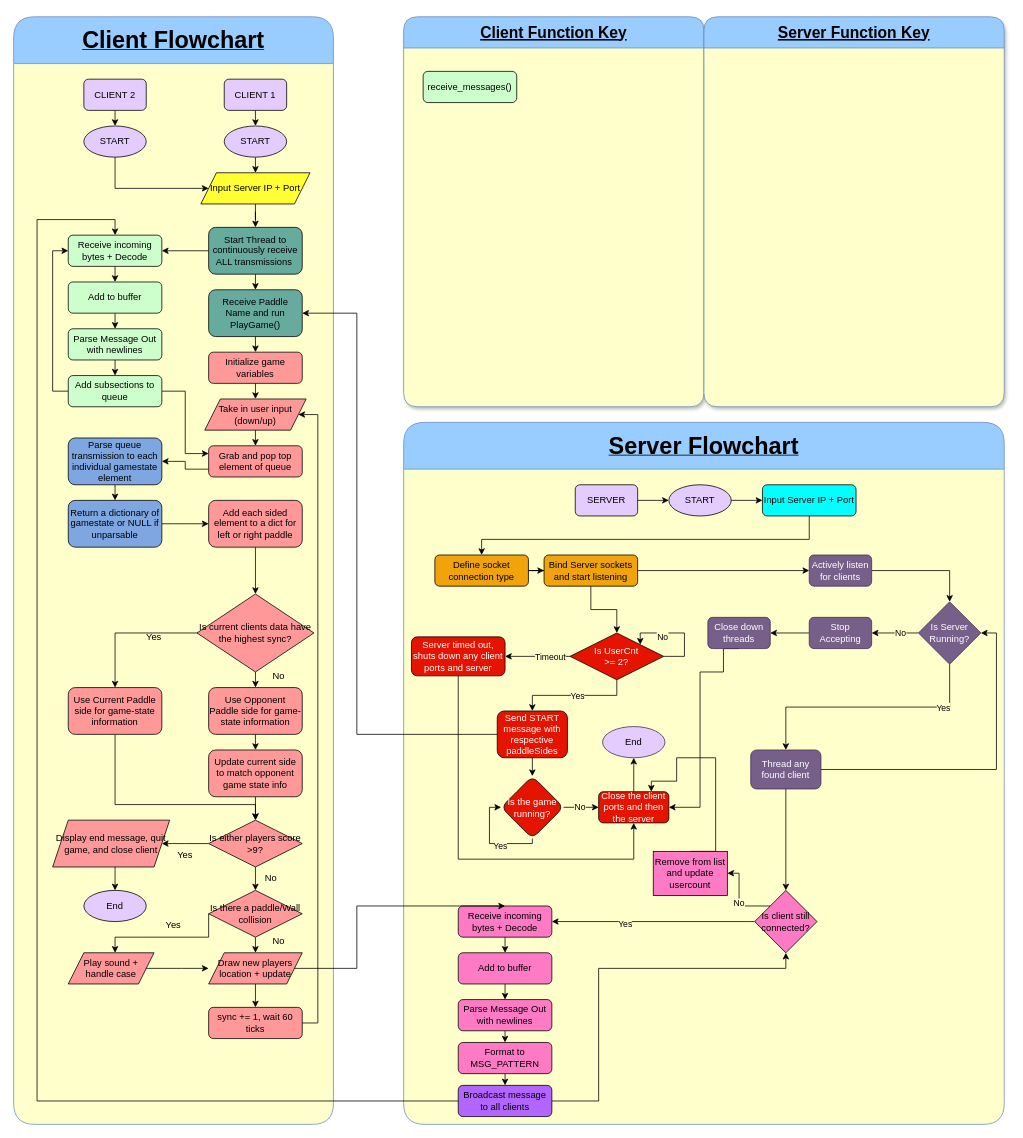
Above: CS371_Project_Fall2025/CS371UMLDiagram.drawio in PixelatedLatte/CS371PongProject (draw.io), before the change. Source tidied: cells renumbered, new cells numbered last; positions are measured from the earlier drawing's top-left corner, leaving out a move shared by most shapes. Both pictures are drawn from the tidied source at 78%, with x=0, y=0 at pixel (13, 16).
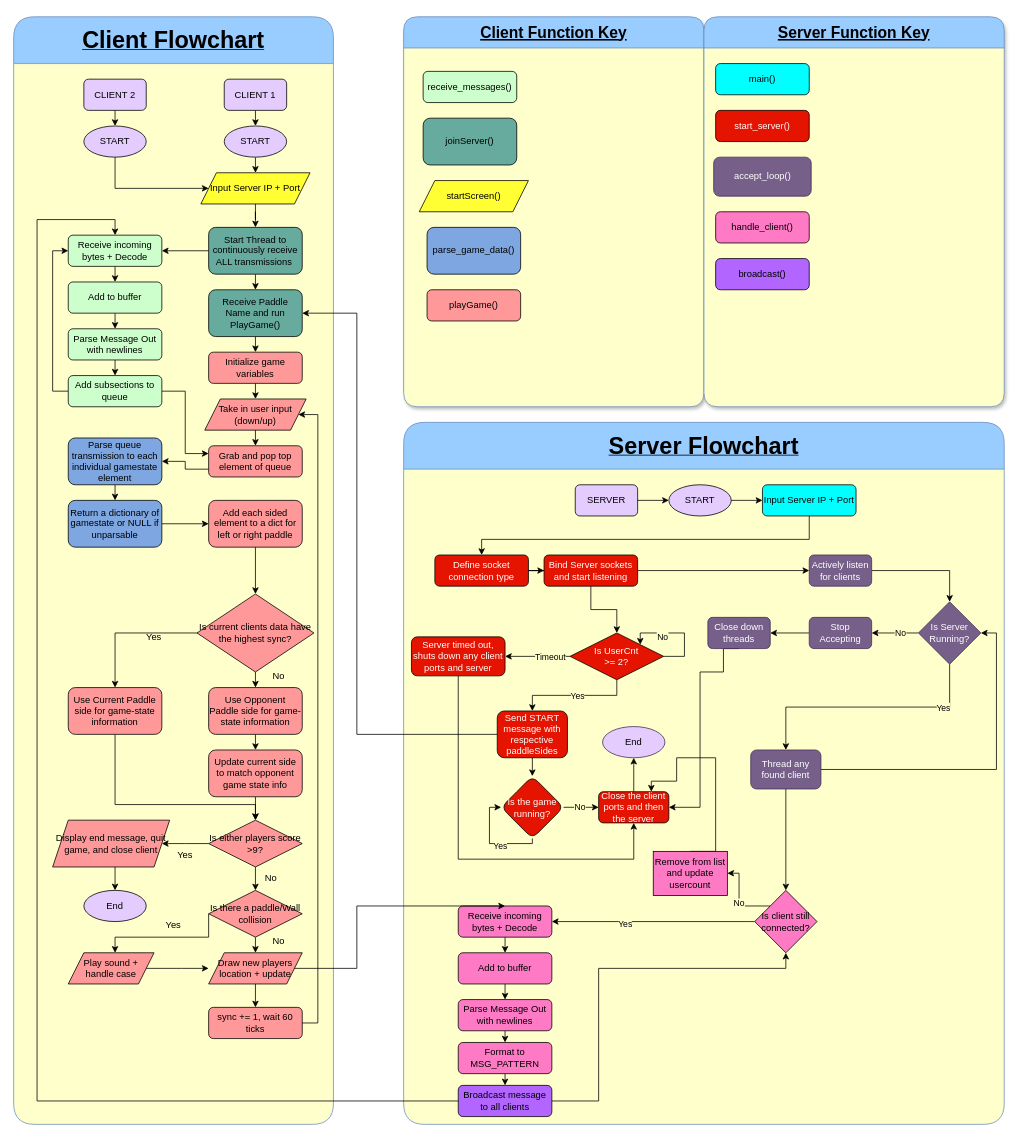
After the change.

Commit message (it also covers changes not shown here):
Final changes added to all documentation and completed the key to the drawio file. README.txt now holds information relevant to the project in the README and is more than just a blank template.

Unchanged cells that the change refers to:
```xml
<mxCell id="2" value="&lt;u&gt;&lt;font style=&quot;font-size: 30px;&quot;&gt;Server Flowchart&lt;/font&gt;&lt;/u&gt;" style="swimlane;whiteSpace=wrap;html=1;fillColor=#99CCFF;strokeColor=#6c8ebf;labelBorderColor=none;rounded=1;shadow=0;gradientColor=none;swimlaneFillColor=light-dark(#FFFFCC,#EDEDED);startSize=60;" parent="1" vertex="1">
  <mxGeometry x="500" y="520" width="770" height="900" as="geometry" />
</mxCell>
<mxCell id="135" value="&lt;font style=&quot;font-size: 20px;&quot;&gt;&lt;u style=&quot;&quot;&gt;Client Function Key&lt;/u&gt;&lt;/font&gt;" style="swimlane;whiteSpace=wrap;html=1;rounded=1;fillColor=light-dark(#99ccff, #1d293b);strokeColor=#6c8ebf;startSize=40;shadow=1;swimlaneFillColor=light-dark(#ffffcc, #ededed);" parent="1" vertex="1">
  <mxGeometry x="500" width="385" height="500" as="geometry" />
</mxCell>
<mxCell id="137" value="&lt;font style=&quot;font-size: 20px;&quot;&gt;&lt;u style=&quot;&quot;&gt;Server Function Key&lt;/u&gt;&lt;/font&gt;" style="swimlane;whiteSpace=wrap;html=1;rounded=1;fillColor=light-dark(#99ccff, #1d293b);strokeColor=#6c8ebf;startSize=40;shadow=1;swimlaneFillColor=light-dark(#ffffcc, #ededed);" parent="1" vertex="1">
  <mxGeometry x="885" width="385" height="500" as="geometry" />
</mxCell>
```

What changed in the source:
```diff
@@
-    <mxCell id="16" value="Bind Server sockets and start listening" style="rounded=1;whiteSpace=wrap;html=1;fillColor=#f0a30a;fontColor=#000000;strokeColor=#000000;" parent="2" vertex="1">
+    <mxCell id="16" value="&lt;font style=&quot;color: rgb(255, 255, 255);&quot;&gt;Bind Server sockets and start listening&lt;/font&gt;" style="rounded=1;whiteSpace=wrap;html=1;fillColor=#E51400;fontColor=#000000;strokeColor=#000000;" parent="2" vertex="1">
       <mxGeometry x="180" y="170" width="120" height="40" as="geometry" />
     </mxCell>
@@
-    <mxCell id="58" value="Define socket connection type" style="rounded=1;whiteSpace=wrap;html=1;fillColor=#f0a30a;fontColor=#000000;strokeColor=#000000;" parent="2" vertex="1">
+    <mxCell id="58" value="&lt;font style=&quot;color: rgb(255, 255, 255);&quot;&gt;Define socket connection type&lt;/font&gt;" style="rounded=1;whiteSpace=wrap;html=1;fillColor=#E51400;fontColor=#000000;strokeColor=#000000;" parent="2" vertex="1">
       <mxGeometry x="40" y="170" width="120" height="40" as="geometry" />
     </mxCell>
@@
+    <mxCell id="138" value="joinServer()" style="rounded=1;whiteSpace=wrap;html=1;fillColor=#67AB9F;" parent="135" vertex="1">
+      <mxGeometry x="25" y="130" width="120" height="60" as="geometry" />
+    </mxCell>
+    <mxCell id="139" value="startScreen()" style="shape=parallelogram;perimeter=parallelogramPerimeter;whiteSpace=wrap;html=1;fixedSize=1;fillColor=light-dark(#ffff33, #ededed);" parent="135" vertex="1">
+      <mxGeometry x="20" y="210" width="140" height="40" as="geometry" />
+    </mxCell>
+    <mxCell id="140" value="parse_game_data()" style="rounded=1;whiteSpace=wrap;html=1;fillColor=#7EA6E0;" parent="135" vertex="1">
+      <mxGeometry x="30" y="270" width="120" height="60" as="geometry" />
+    </mxCell>
+    <mxCell id="141" value="playGame()" style="rounded=1;whiteSpace=wrap;html=1;fillColor=#FF9999;" parent="135" vertex="1">
+      <mxGeometry x="30" y="350" width="120" height="40" as="geometry" />
+    </mxCell>
@@
+    <mxCell id="142" value="main()" style="rounded=1;whiteSpace=wrap;html=1;fillColor=#00FFFF;fontColor=#000000;strokeColor=#000000;" parent="137" vertex="1">
+      <mxGeometry x="15" y="60" width="120" height="40" as="geometry" />
+    </mxCell>
+    <mxCell id="143" value="accept_loop()" style="rounded=1;whiteSpace=wrap;html=1;fillColor=#76608a;fontColor=#ffffff;strokeColor=#432D57;" parent="137" vertex="1">
+      <mxGeometry x="12.5" y="180" width="125" height="50" as="geometry" />
+    </mxCell>
+    <mxCell id="144" value="&lt;font style=&quot;color: rgb(255, 255, 255);&quot;&gt;start_server()&lt;/font&gt;" style="rounded=1;whiteSpace=wrap;html=1;fillColor=#E51400;fontColor=#000000;strokeColor=#000000;" parent="137" vertex="1">
+      <mxGeometry x="15" y="120" width="120" height="40" as="geometry" />
+    </mxCell>
+    <mxCell id="145" value="handle_client()" style="rounded=1;whiteSpace=wrap;html=1;fillColor=#FF7AC5;" parent="137" vertex="1">
+      <mxGeometry x="15" y="250" width="120" height="40" as="geometry" />
+    </mxCell>
+    <mxCell id="146" value="broadcast()" style="rounded=1;whiteSpace=wrap;html=1;fillColor=#B266FF;" parent="137" vertex="1">
+      <mxGeometry x="15" y="310" width="120" height="40" as="geometry" />
+    </mxCell>
```
